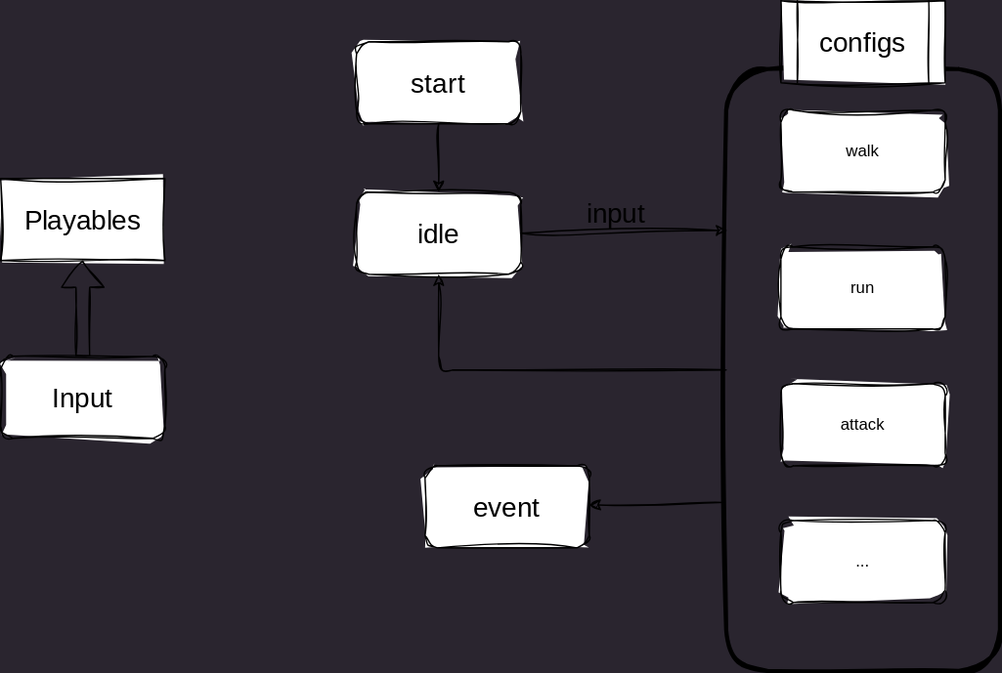
Above: assets/drawio/playable_animation.drawio.svg in coding2233/coding2233.github.io (draw.io), before the change. Source tidied: cells renumbered, new cells last; positions are measured from the earlier drawing's top-left corner, leaving out a move shared by most shapes.
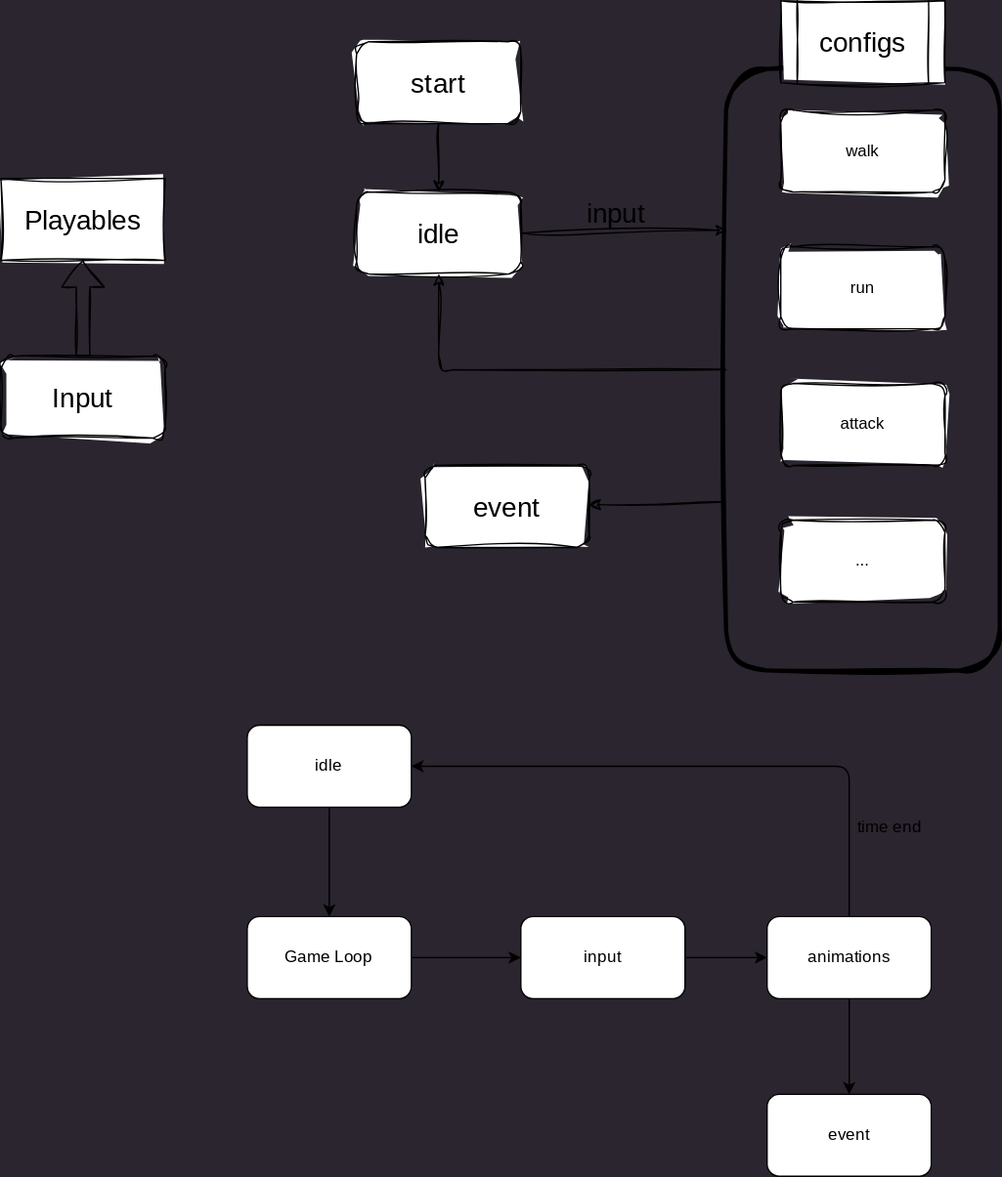
The same file after the commit.

Commit message:
playable animation

Change to the diagram source:
```diff
@@ -57,5 +57,42 @@
     <mxCell id="18" value="configs" style="shape=process;whiteSpace=wrap;html=1;backgroundOutline=1;sketch=1;hachureGap=4;jiggle=2;curveFitting=1;fontFamily=Architects Daughter;fontSource=https%3A%2F%2Ffonts.googleapis.com%2Fcss%3Ffamily%3DArchitects%2BDaughter;fontSize=20;" parent="1" vertex="1">
       <mxGeometry x="570" width="120" height="60" as="geometry" />
     </mxCell>
+    <mxCell id="19" value="Game Loop" style="rounded=1;whiteSpace=wrap;html=1;fontFamily=Architects Daughter;fontSource=https%3A%2F%2Ffonts.googleapis.com%2Fcss%3Ffamily%3DArchitects%2BDaughter;" parent="1" vertex="1">
+      <mxGeometry x="180" y="670" width="120" height="60" as="geometry" />
+    </mxCell>
+    <mxCell id="20" value="idle" style="rounded=1;whiteSpace=wrap;html=1;fontFamily=Architects Daughter;fontSource=https%3A%2F%2Ffonts.googleapis.com%2Fcss%3Ffamily%3DArchitects%2BDaughter;" parent="1" vertex="1">
+      <mxGeometry x="180" y="530" width="120" height="60" as="geometry" />
+    </mxCell>
+    <mxCell id="21" style="endArrow=classic;html=1;fontFamily=Architects Daughter;fontSource=https%3A%2F%2Ffonts.googleapis.com%2Fcss%3Ffamily%3DArchitects%2BDaughter;exitX=0.5;exitY=1;exitDx=0;exitDy=0;entryX=0.5;entryY=0;entryDx=0;entryDy=0;" parent="1" edge="1" source="20" target="19">
+      <mxGeometry relative="1" as="geometry" />
+    </mxCell>
+    <mxCell id="22" value="input" style="rounded=1;whiteSpace=wrap;html=1;fontFamily=Architects Daughter;fontSource=https%3A%2F%2Ffonts.googleapis.com%2Fcss%3Ffamily%3DArchitects%2BDaughter;" parent="1" vertex="1">
+      <mxGeometry x="380" y="670" width="120" height="60" as="geometry" />
+    </mxCell>
+    <mxCell id="23" style="endArrow=classic;html=1;fontFamily=Architects Daughter;fontSource=https%3A%2F%2Ffonts.googleapis.com%2Fcss%3Ffamily%3DArchitects%2BDaughter;exitX=1;exitY=0.5;exitDx=0;exitDy=0;" parent="1" edge="1" source="19" target="22">
+      <mxGeometry relative="1" as="geometry" />
+    </mxCell>
+    <mxCell id="24" value="animations" style="rounded=1;whiteSpace=wrap;html=1;fontFamily=Architects Daughter;fontSource=https%3A%2F%2Ffonts.googleapis.com%2Fcss%3Ffamily%3DArchitects%2BDaughter;" parent="1" vertex="1">
+      <mxGeometry x="560" y="670" width="120" height="60" as="geometry" />
+    </mxCell>
+    <mxCell id="25" style="endArrow=classic;html=1;fontFamily=Architects Daughter;fontSource=https%3A%2F%2Ffonts.googleapis.com%2Fcss%3Ffamily%3DArchitects%2BDaughter;exitX=1;exitY=0.5;exitDx=0;exitDy=0;entryX=0;entryY=0.5;entryDx=0;entryDy=0;" parent="1" edge="1" source="22" target="24">
+      <mxGeometry relative="1" as="geometry" />
+    </mxCell>
+    <mxCell id="26" style="endArrow=classic;html=1;fontFamily=Architects Daughter;fontSource=https%3A%2F%2Ffonts.googleapis.com%2Fcss%3Ffamily%3DArchitects%2BDaughter;exitX=0.5;exitY=0;exitDx=0;exitDy=0;entryX=1;entryY=0.5;entryDx=0;entryDy=0;" parent="1" edge="1" source="24" target="20">
+      <mxGeometry relative="1" as="geometry">
+        <Array as="points">
+          <mxPoint x="620" y="560" />
+        </Array>
+      </mxGeometry>
+    </mxCell>
+    <mxCell id="27" value="time end" style="text;html=1;strokeColor=none;fillColor=none;align=center;verticalAlign=middle;whiteSpace=wrap;rounded=0;fontFamily=Architects Daughter;fontSource=https%3A%2F%2Ffonts.googleapis.com%2Fcss%3Ffamily%3DArchitects%2BDaughter;" parent="1" vertex="1">
+      <mxGeometry x="620" y="590" width="60" height="30" as="geometry" />
+    </mxCell>
+    <mxCell id="28" value="event" style="rounded=1;whiteSpace=wrap;html=1;fontFamily=Architects Daughter;fontSource=https%3A%2F%2Ffonts.googleapis.com%2Fcss%3Ffamily%3DArchitects%2BDaughter;" parent="1" vertex="1">
+      <mxGeometry x="560" y="800" width="120" height="60" as="geometry" />
+    </mxCell>
+    <mxCell id="29" style="endArrow=classic;html=1;fontFamily=Architects Daughter;fontSource=https%3A%2F%2Ffonts.googleapis.com%2Fcss%3Ffamily%3DArchitects%2BDaughter;exitX=0.5;exitY=1;exitDx=0;exitDy=0;" parent="1" edge="1" source="24" target="28">
+      <mxGeometry relative="1" as="geometry" />
+    </mxCell>
   </root>
 </mxGraphModel>
```
